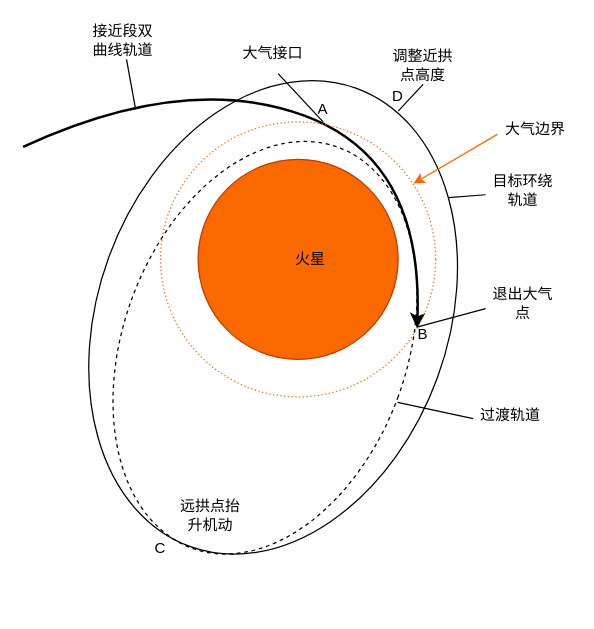
The draw.io diagram figures/IntroSketch.drawio in xd15zhn/paperaerocapture, before the edit. Source tidied: cells renumbered, new cells numbered last; positions are measured from the earlier drawing's top-left corner, leaving out a move shared by most shapes. Both pictures are drawn from the tidied source at 125%, with x=0, y=0 at pixel (22, 21).
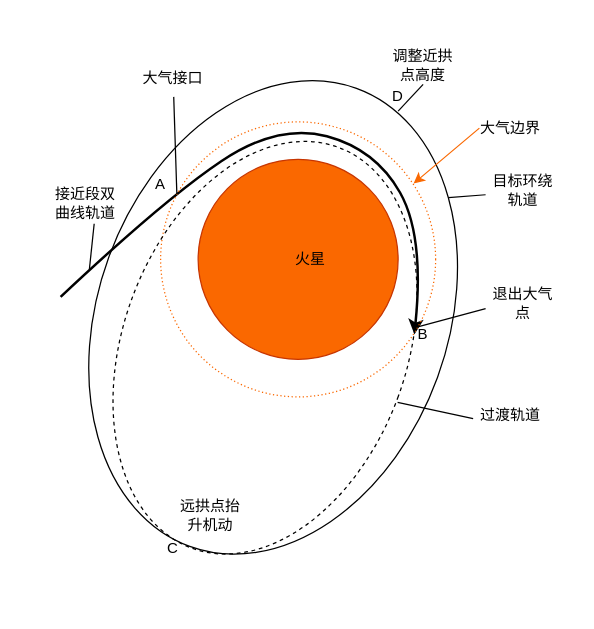
The same diagram, later.

The change refers to these unchanged cells:
```xml
<mxCell id="6" style="ellipse;whiteSpace=wrap;html=1;fillColor=none;rotation=20;dashed=1;" parent="1" vertex="1">
  <mxGeometry x="80" y="90" width="227" height="341.4" as="geometry" />
</mxCell>
```

What changed in the source:
```diff
@@
-    <mxCell id="3" style="endArrow=classic;html=1;entryX=0.98;entryY=0.335;entryDx=0;entryDy=0;entryPerimeter=0;curved=1;strokeWidth=2;" parent="1" edge="1" target="6">
+    <mxCell id="3" style="endArrow=classic;html=1;curved=1;strokeWidth=2;" parent="1" edge="1">
       <mxGeometry relative="1" as="geometry">
-        <mxPoint y="100" as="sourcePoint" />
+        <mxPoint x="30" y="220" as="sourcePoint" />
+        <mxPoint x="313" y="250" as="targetPoint" />
         <Array as="points">
-          <mxPoint x="130" y="40" />
-          <mxPoint x="320" y="110" />
+          <mxPoint x="113" y="142" />
+          <mxPoint x="204" y="81" />
+          <mxPoint x="282" y="102" />
+          <mxPoint x="321" y="171" />
         </Array>
       </mxGeometry>
     </mxCell>
@@
-    <mxCell id="8" style="edgeStyle=none;html=1;fontSize=12;fontColor=#FFFFFF;strokeWidth=1;rounded=0;endArrow=none;endFill=0;" parent="1" edge="1">
+    <mxCell id="8" style="edgeStyle=none;html=1;fontSize=12;fontColor=#FFFFFF;strokeWidth=1;rounded=0;endArrow=none;endFill=0;exitX=0.614;exitY=1.049;exitDx=0;exitDy=0;exitPerimeter=0;" parent="1" edge="1" source="15">
       <mxGeometry relative="1" as="geometry">
-        <mxPoint x="82.7" y="30" as="sourcePoint" />
-        <mxPoint x="90" y="70" as="targetPoint" />
+        <mxPoint x="53" y="198" as="targetPoint" />
       </mxGeometry>
     </mxCell>
-    <mxCell id="9" style="edgeStyle=none;rounded=0;html=1;fontSize=12;fontColor=#FFFFFF;endArrow=none;endFill=0;strokeWidth=1;" parent="1" edge="1">
+    <mxCell id="9" style="edgeStyle=none;rounded=0;html=1;fontSize=12;fontColor=#FFFFFF;endArrow=none;endFill=0;strokeWidth=1;" parent="1" edge="1" source="16">
       <mxGeometry relative="1" as="geometry">
-        <mxPoint x="204" y="41.4" as="sourcePoint" />
-        <mxPoint x="240" y="80" as="targetPoint" />
+        <mxPoint x="123" y="138" as="targetPoint" />
       </mxGeometry>
     </mxCell>
@@
-    <mxCell id="13" style="edgeStyle=none;html=1;strokeColor=#FA6800;" parent="1" edge="1">
+    <mxCell id="13" style="edgeStyle=none;html=1;strokeColor=#FA6800;exitX=0;exitY=0.5;exitDx=0;exitDy=0;" parent="1" edge="1" source="18">
       <mxGeometry relative="1" as="geometry">
-        <mxPoint x="379.4" y="90" as="sourcePoint" />
         <mxPoint x="312.4" y="129.3" as="targetPoint" />
       </mxGeometry>
     </mxCell>
@@
     <mxCell id="15" value="&lt;font face=&quot;simsun&quot;&gt;接近段双曲线轨道&lt;/font&gt;" style="text;html=1;strokeColor=none;fillColor=none;align=center;verticalAlign=middle;whiteSpace=wrap;rounded=0;" parent="1" vertex="1">
-      <mxGeometry x="50" width="60" height="30" as="geometry" />
+      <mxGeometry x="20" y="130" width="60" height="30" as="geometry" />
     </mxCell>
     <mxCell id="16" value="&lt;font face=&quot;simsun&quot;&gt;大气接口&lt;/font&gt;" style="text;html=1;strokeColor=none;fillColor=none;align=center;verticalAlign=middle;whiteSpace=wrap;rounded=0;" parent="1" vertex="1">
-      <mxGeometry x="170" y="10" width="60" height="30" as="geometry" />
+      <mxGeometry x="90" y="30" width="60" height="30" as="geometry" />
     </mxCell>
@@
     <mxCell id="18" value="&lt;font face=&quot;simsun&quot;&gt;大气边界&lt;/font&gt;" style="text;html=1;strokeColor=none;fillColor=none;align=center;verticalAlign=middle;whiteSpace=wrap;rounded=0;" parent="1" vertex="1">
-      <mxGeometry x="380" y="71.4" width="60" height="30" as="geometry" />
+      <mxGeometry x="365" y="70" width="50" height="30" as="geometry" />
     </mxCell>
@@
     <mxCell id="24" value="&lt;font face=&quot;simsun&quot;&gt;A&lt;/font&gt;" style="text;html=1;strokeColor=none;fillColor=none;align=center;verticalAlign=middle;whiteSpace=wrap;rounded=0;" parent="1" vertex="1">
-      <mxGeometry x="220" y="60" width="40" height="20" as="geometry" />
+      <mxGeometry x="90" y="120" width="40" height="20" as="geometry" />
     </mxCell>
@@
     <mxCell id="26" value="&lt;font face=&quot;simsun&quot;&gt;C&lt;/font&gt;" style="text;html=1;strokeColor=none;fillColor=none;align=center;verticalAlign=middle;whiteSpace=wrap;rounded=0;" parent="1" vertex="1">
-      <mxGeometry x="90" y="411.4" width="40" height="20" as="geometry" />
+      <mxGeometry x="100" y="411.4" width="40" height="20" as="geometry" />
     </mxCell>
```
